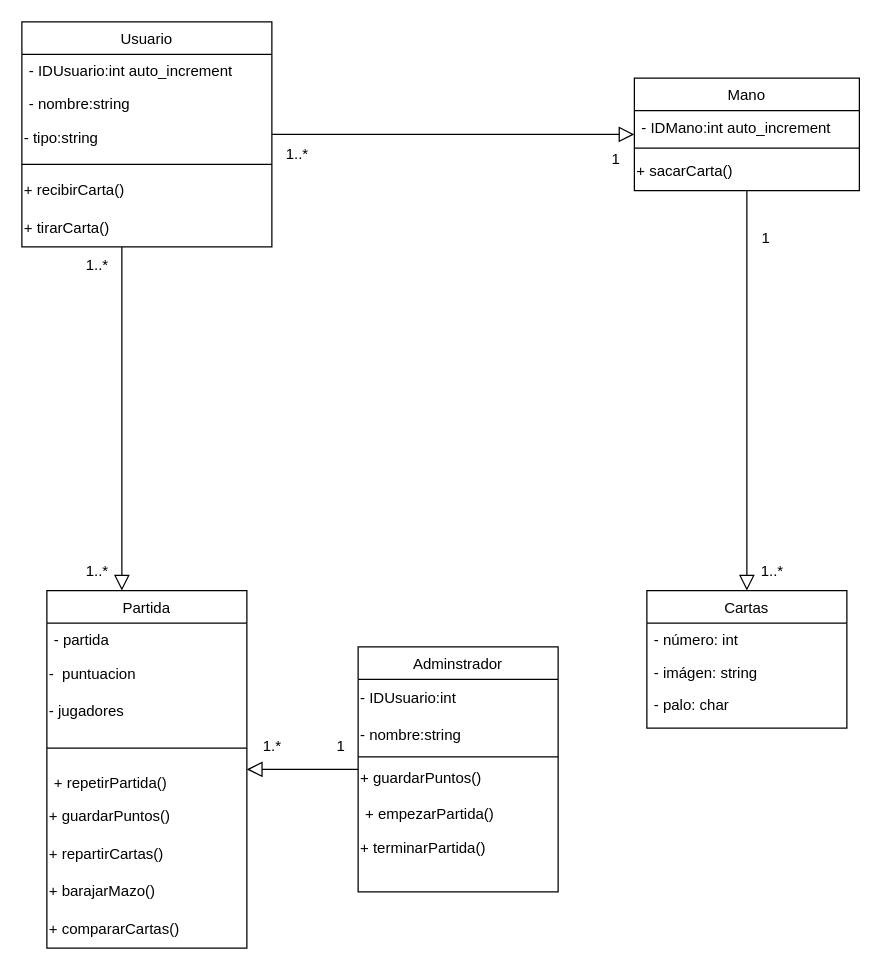
Before: obligatorioGuerra-main/Docs/DiagramadeClase.drawio in SaF319/proyectING, a draw.io diagram. Source tidied: cells renumbered, new cells numbered last; positions are measured from the earlier drawing's top-left corner, leaving out a move shared by most shapes. Both pictures are drawn from the tidied source at 125%, with x=0, y=0 at pixel (21, 21).
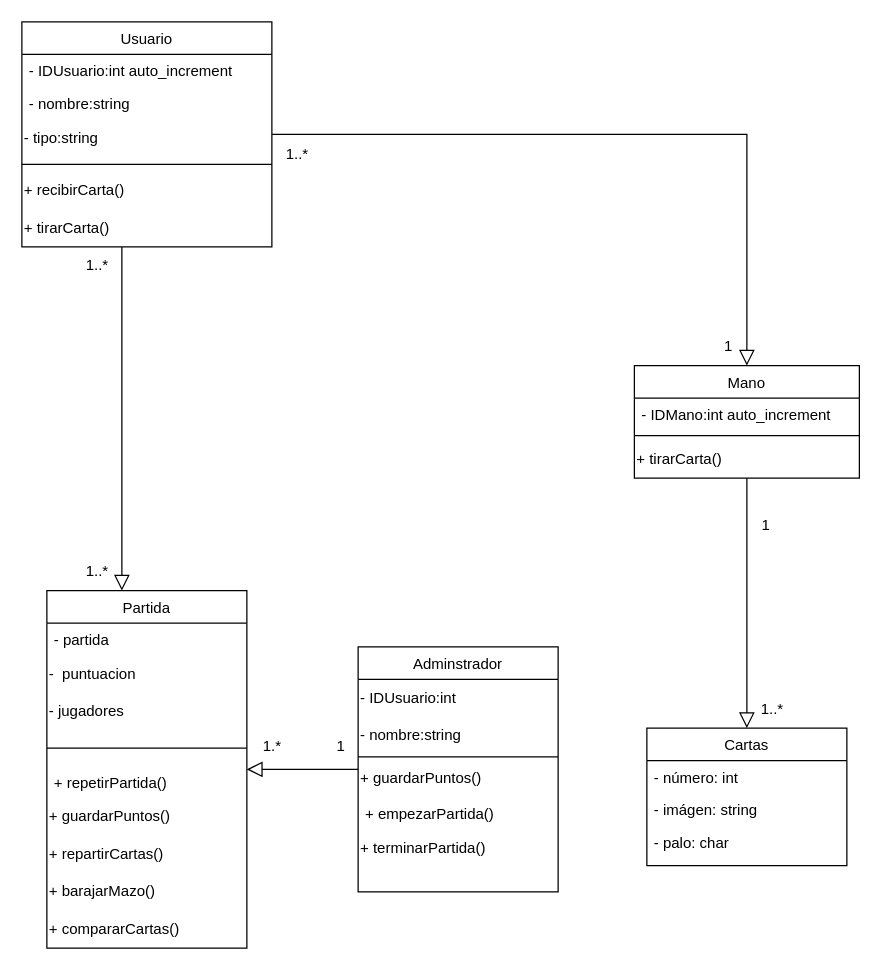
The same diagram, later.

What changed in the source:
```diff
@@
     <mxCell id="21" value="Mano" style="swimlane;fontStyle=0;align=center;verticalAlign=top;horizontal=1;startSize=26;rounded=0;shadow=0;strokeWidth=1;direction=east;" parent="1" vertex="1">
-      <mxGeometry x="490" y="45" width="180" height="90" as="geometry" />
+      <mxGeometry x="490" y="275" width="180" height="90" as="geometry" />
     </mxCell>
@@
-    <mxCell id="24" value="+ sacarCarta()" style="text;html=1;align=left;verticalAlign=middle;strokeColor=none;fillColor=none;" parent="21" vertex="1">
+    <mxCell id="24" value="+ tirarCarta()" style="text;html=1;align=left;verticalAlign=middle;strokeColor=none;fillColor=none;" parent="21" vertex="1">
       <mxGeometry y="60" width="180" height="30" as="geometry" />
     </mxCell>
     <mxCell id="25" value="Cartas" style="swimlane;fontStyle=0;align=center;verticalAlign=top;horizontal=1;startSize=26;rounded=0;shadow=0;strokeWidth=1;" parent="1" vertex="1">
-      <mxGeometry x="500" y="455" width="160" height="110" as="geometry" />
+      <mxGeometry x="500" y="565" width="160" height="110" as="geometry" />
     </mxCell>
@@
     <mxCell id="30" value="1" style="text;html=1;align=center;verticalAlign=middle;strokeColor=none;fillColor=none;" parent="1" vertex="1">
-      <mxGeometry x="460" y="95" width="30" height="30" as="geometry" />
+      <mxGeometry x="550" y="245" width="30" height="30" as="geometry" />
     </mxCell>
@@
     <mxCell id="34" value="&lt;div&gt;1..*&lt;/div&gt;" style="text;html=1;align=center;verticalAlign=middle;strokeColor=none;fillColor=none;" parent="1" vertex="1">
-      <mxGeometry x="580" y="425" width="40" height="30" as="geometry" />
+      <mxGeometry x="580" y="535" width="40" height="30" as="geometry" />
     </mxCell>
     <mxCell id="35" value="&lt;div&gt;1&lt;/div&gt;" style="text;html=1;align=center;verticalAlign=middle;strokeColor=none;fillColor=none;" parent="1" vertex="1">
-      <mxGeometry x="580" y="158" width="30" height="30" as="geometry" />
+      <mxGeometry x="580" y="388" width="30" height="30" as="geometry" />
     </mxCell>
```
